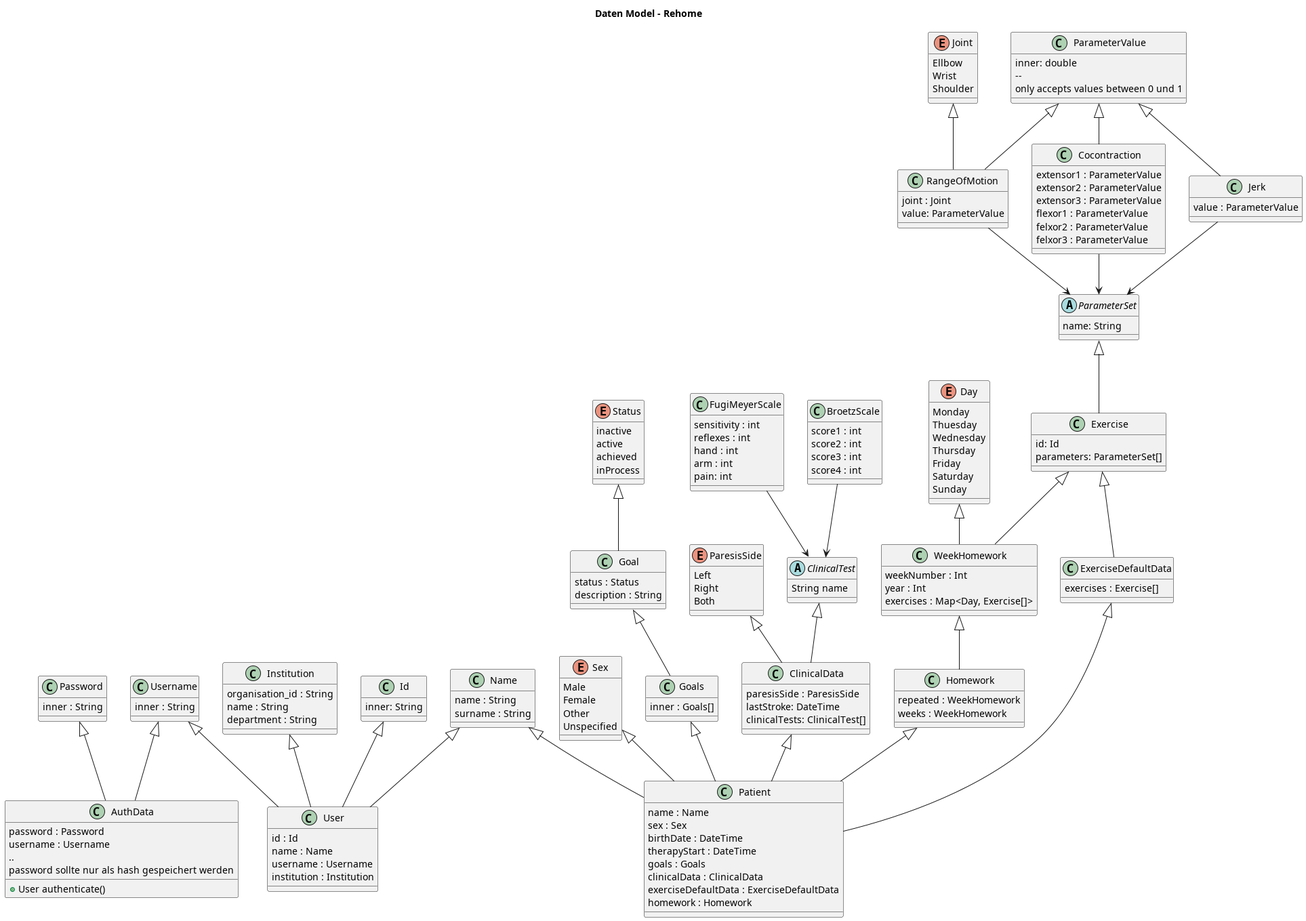
Before: doc/data_model.png, a diagram exported from PlantUML (reTeaming/rehome).
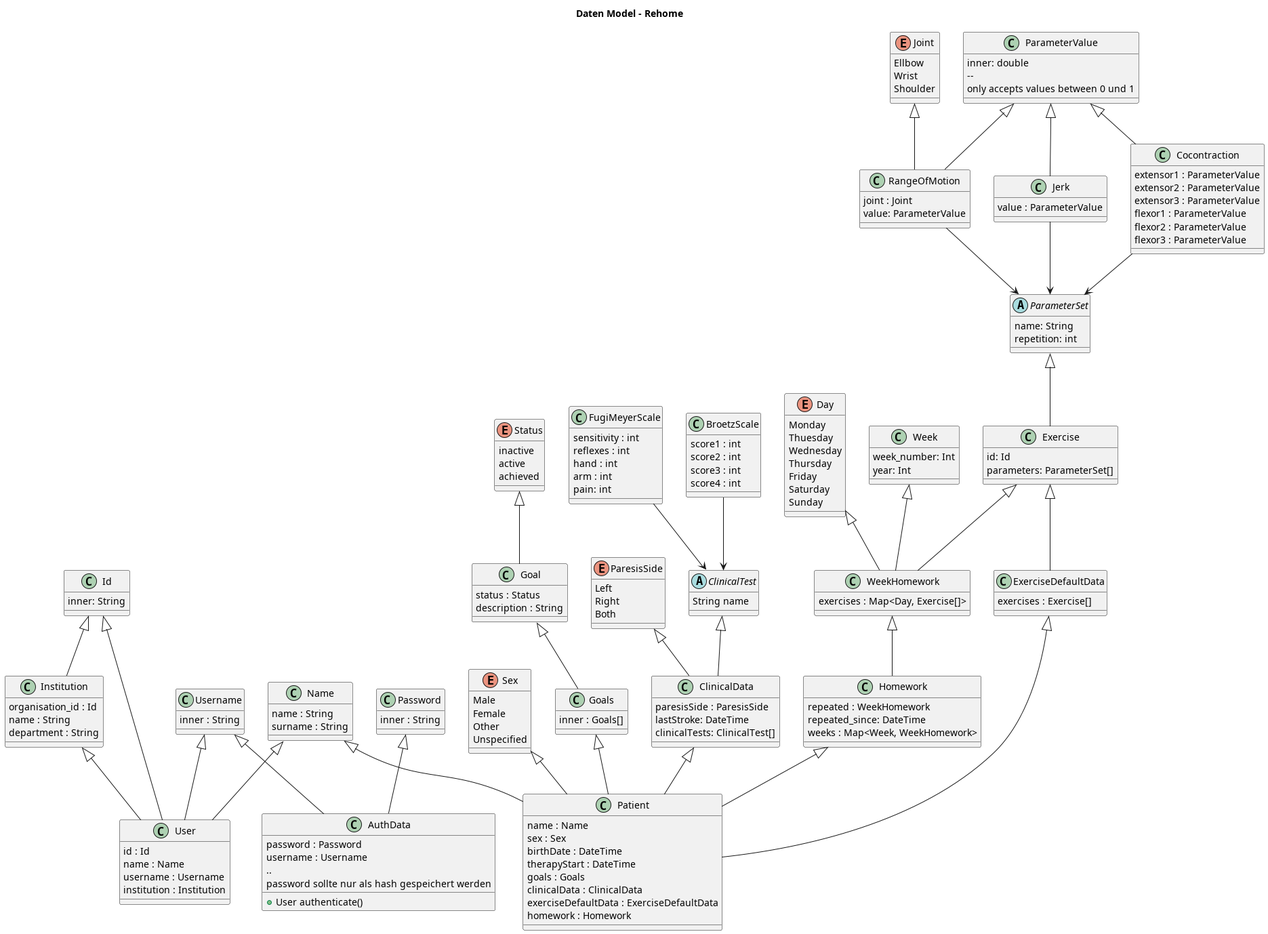
After the commit.

What changed in the source:
```diff
@@ -4,10 +4,12 @@
 
 
 class Institution {
-		organisation_id : String
+		organisation_id : Id
 		name : String
 		department : String
 }
+
+Id <|-- Institution
 
 class Password {
 		inner : String
@@ -76,7 +78,6 @@
 		inactive
 		active
 		achieved
-		inProcess
 }
 
 class Goal {
@@ -125,16 +126,22 @@
 		Sunday
 }
 
+class Week {
+		week_number: Int
+		year: Int
+}
+
 class Homework {
 	repeated : WeekHomework
-	weeks : WeekHomework
+	repeated_since: DateTime
+	weeks : Map<Week, WeekHomework>
 }
 
 class WeekHomework {
-	 weekNumber : Int
-	 year : Int
    exercises : Map<Day, Exercise[]>
 }
+
+Week <|-- WeekHomework
 
 class ExerciseDefaultData {
   exercises : Exercise[]
@@ -153,6 +160,7 @@
 
 abstract class ParameterSet {
 		name: String
+		repetition: int
 }
 
 enum Joint {
@@ -171,8 +179,8 @@
 		extensor2 : ParameterValue
 		extensor3 : ParameterValue
 		flexor1 : ParameterValue
-		felxor2 : ParameterValue
-		felxor3 : ParameterValue
+		flexor2 : ParameterValue
+		flexor3 : ParameterValue
 }
 
 class Jerk {
```
